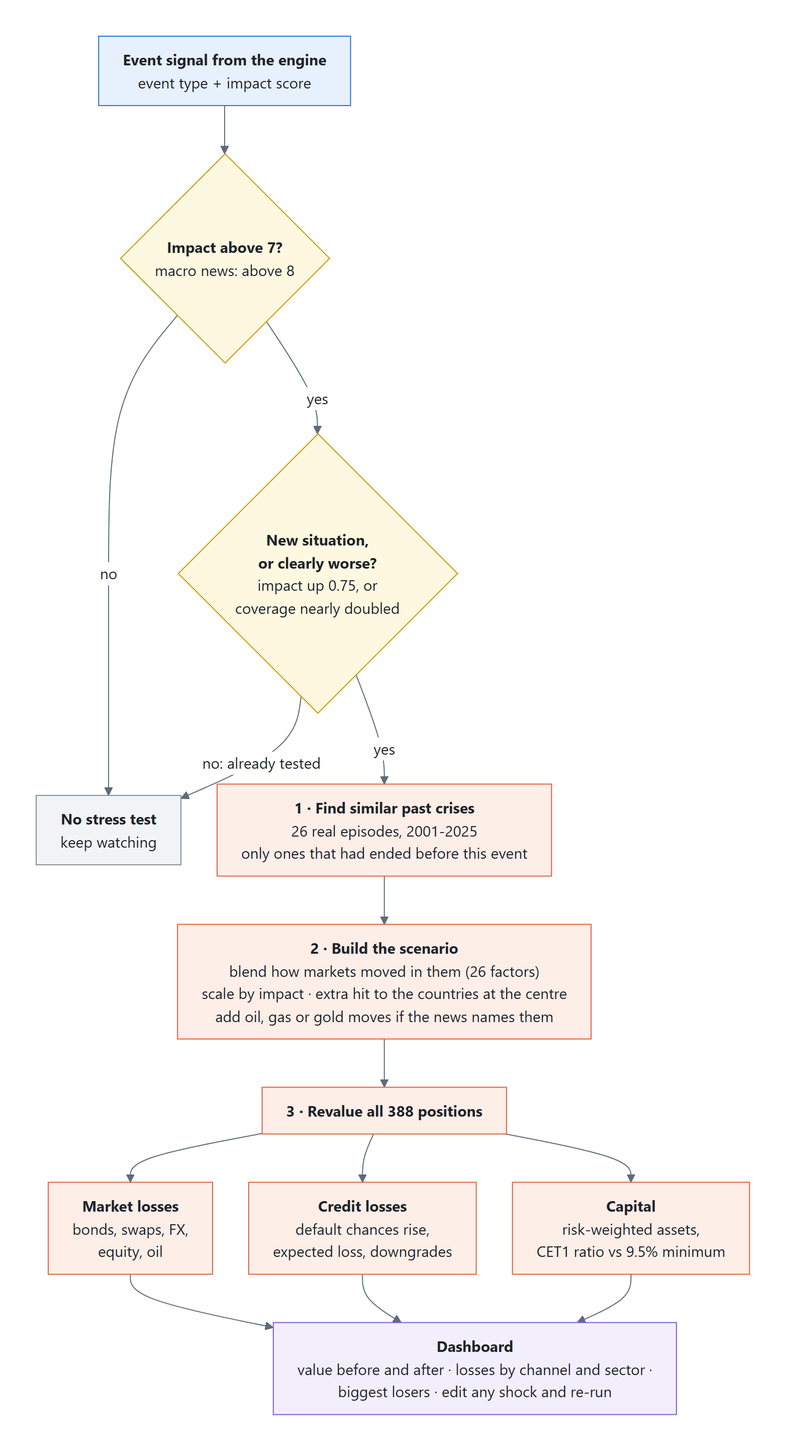
The Mermaid diagram docs/diagrams/10_module_b.png in ShubAce/IITKharagpur-Shubham-Suman-hackathon, before a commit. Its source is kept beside it as docs/diagrams/10_module_b.mmd. Source of this version:
```mermaid
flowchart TB
  classDef eng fill:#e7f0fd,stroke:#2a6fdb,color:#1f2328
  classDef modB fill:#fdeee8,stroke:#e0603a,color:#1f2328
  classDef warn fill:#fff8e1,stroke:#c99a06,color:#1f2328
  classDef quiet fill:#f1f3f5,stroke:#868e96,color:#1f2328
  classDef out fill:#f3eefc,stroke:#7b5cd6,color:#1f2328

  E["<b>Event signal from the engine</b><br/>event type + impact score"]:::eng
  Q{"<b>Impact above 7?</b><br/>macro news: above 8"}:::warn
  N["<b>No stress test</b><br/>keep watching"]:::quiet
  NEW{"<b>New situation,<br/>or clearly worse?</b><br/>impact up 0.75, or<br/>coverage nearly doubled"}:::warn
  A["<b>1 · Find similar past crises</b><br/>26 real episodes, 2001-2025<br/>only ones that had ended before this event"]:::modB
  SC["<b>2 · Build the scenario</b><br/>blend how markets moved in them (26 factors)<br/>scale by impact · extra hit to the countries at the centre<br/>add oil, gas or gold moves if the news names them"]:::modB
  RV["<b>3 · Revalue all 388 positions</b>"]:::modB
  MK["<b>Market losses</b><br/>bonds, swaps, FX,<br/>equity, oil"]:::modB
  CR["<b>Credit losses</b><br/>default chances rise,<br/>expected loss, downgrades"]:::modB
  CAP["<b>Capital</b><br/>risk-weighted assets,<br/>CET1 ratio vs 9.5% minimum"]:::modB
  D["<b>Dashboard</b><br/>value before and after · losses by channel and sector ·<br/>biggest losers · edit any shock and re-run"]:::out

  E --> Q
  Q -- no --> N
  Q -- yes --> NEW
  NEW -- "no: already tested" --> N
  NEW -- yes --> A --> SC --> RV
  RV --> MK
  RV --> CR
  RV --> CAP
  MK --> D
  CR --> D
  CAP --> D
```
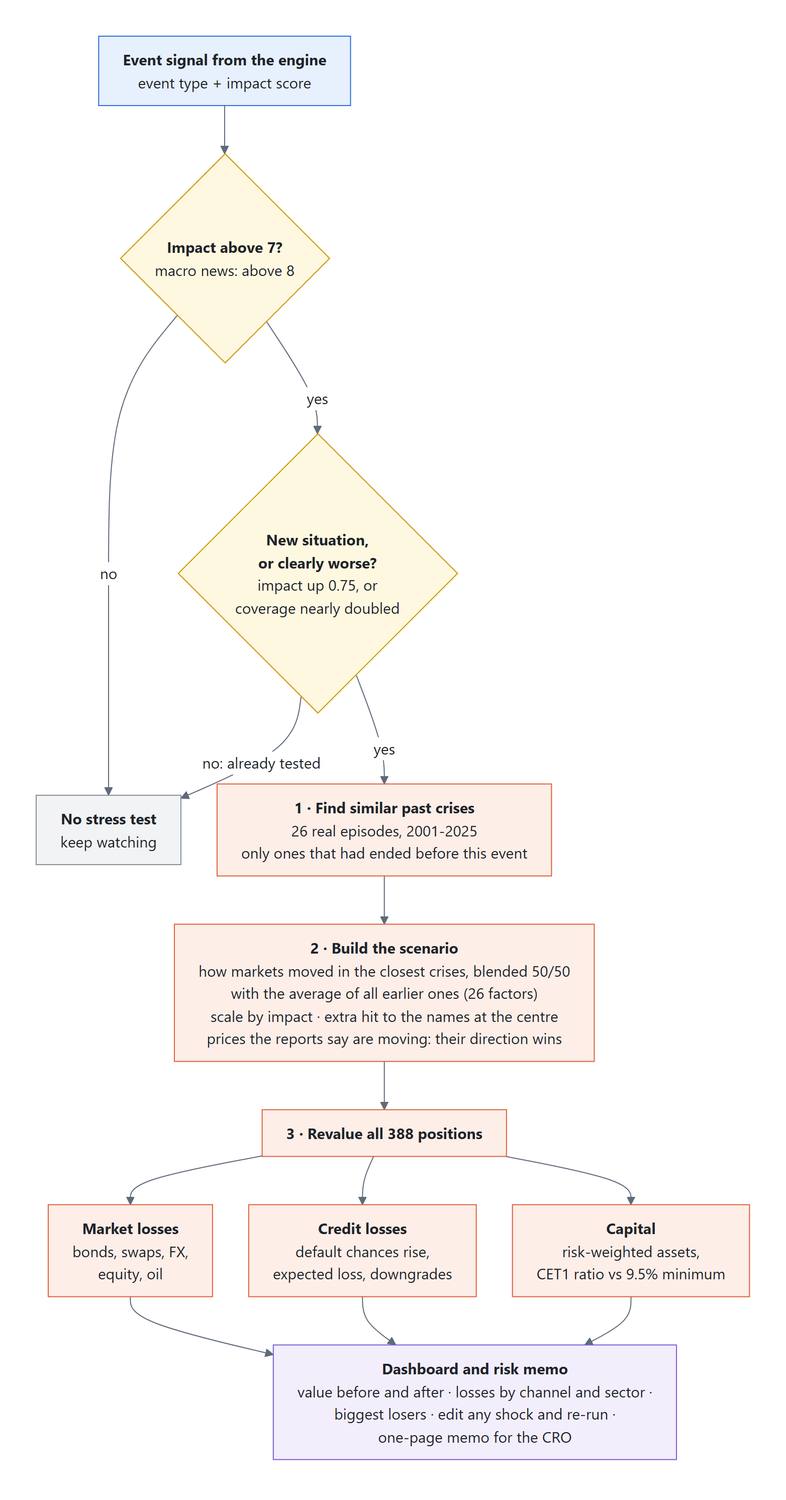
After the change.

The edit, as a diff of the source:
```diff
@@ -10,12 +10,12 @@
   N["<b>No stress test</b><br/>keep watching"]:::quiet
   NEW{"<b>New situation,<br/>or clearly worse?</b><br/>impact up 0.75, or<br/>coverage nearly doubled"}:::warn
   A["<b>1 · Find similar past crises</b><br/>26 real episodes, 2001-2025<br/>only ones that had ended before this event"]:::modB
-  SC["<b>2 · Build the scenario</b><br/>blend how markets moved in them (26 factors)<br/>scale by impact · extra hit to the countries at the centre<br/>add oil, gas or gold moves if the news names them"]:::modB
+  SC["<b>2 · Build the scenario</b><br/>how markets moved in the closest crises, blended 50/50<br/>with the average of all earlier ones (26 factors)<br/>scale by impact · extra hit to the names at the centre<br/>prices the reports say are moving: their direction wins"]:::modB
   RV["<b>3 · Revalue all 388 positions</b>"]:::modB
   MK["<b>Market losses</b><br/>bonds, swaps, FX,<br/>equity, oil"]:::modB
   CR["<b>Credit losses</b><br/>default chances rise,<br/>expected loss, downgrades"]:::modB
   CAP["<b>Capital</b><br/>risk-weighted assets,<br/>CET1 ratio vs 9.5% minimum"]:::modB
-  D["<b>Dashboard</b><br/>value before and after · losses by channel and sector ·<br/>biggest losers · edit any shock and re-run"]:::out
+  D["<b>Dashboard and risk memo</b><br/>value before and after · losses by channel and sector ·<br/>biggest losers · edit any shock and re-run ·<br/>one-page memo for the CRO"]:::out
 
   E --> Q
   Q -- no --> N
```
